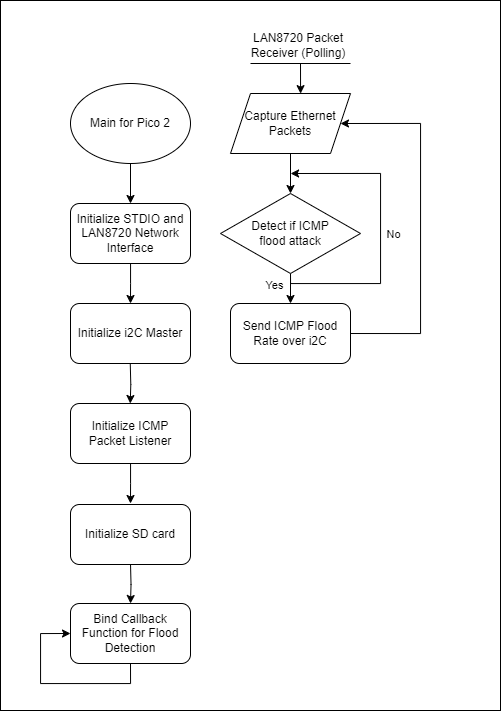
The draw.io diagram FlowChartPico2.png in TARZH3N/pico-team20, before a commit. Source tidied: cells renumbered, new cells last; positions are measured from the earlier drawing's top-left corner, leaving out a move shared by most shapes.
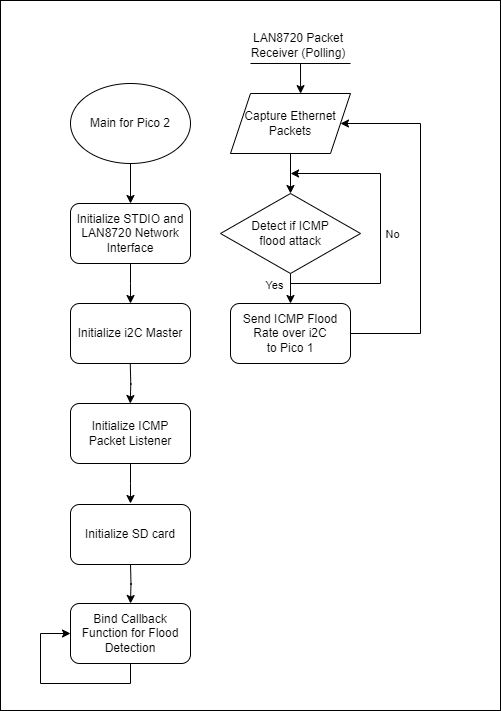
The same file after the commit.

Change to the diagram source:
```diff
@@ -117,7 +117,7 @@
         </Array>
       </mxGeometry>
     </mxCell>
-    <mxCell id="27" value="Send ICMP Flood Rate over i2C" style="rounded=1;whiteSpace=wrap;html=1;" parent="1" vertex="1">
+    <mxCell id="27" value="Send ICMP Flood Rate over i2C&lt;br&gt;to Pico 1" style="rounded=1;whiteSpace=wrap;html=1;" parent="1" vertex="1">
       <mxGeometry x="230" y="303" width="120" height="60" as="geometry" />
     </mxCell>
   </root>
```
